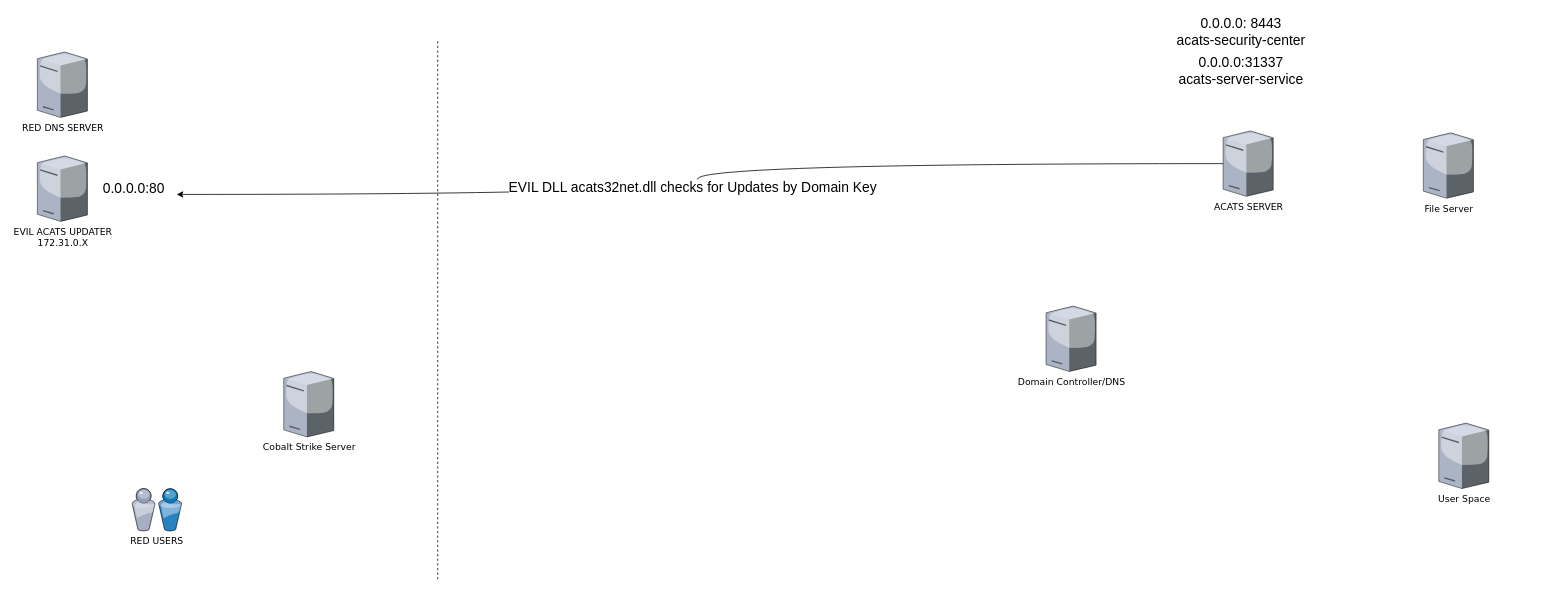
The draw.io diagram Untitled Diagram.drawio in arosenmund/attack-diagrams, before the edit. Source tidied: cells renumbered, new cells numbered last; positions are measured from the earlier drawing's top-left corner, leaving out a move shared by most shapes. Both pictures are drawn from the tidied source at 77%, with x=0, y=0 at pixel (37, 13).
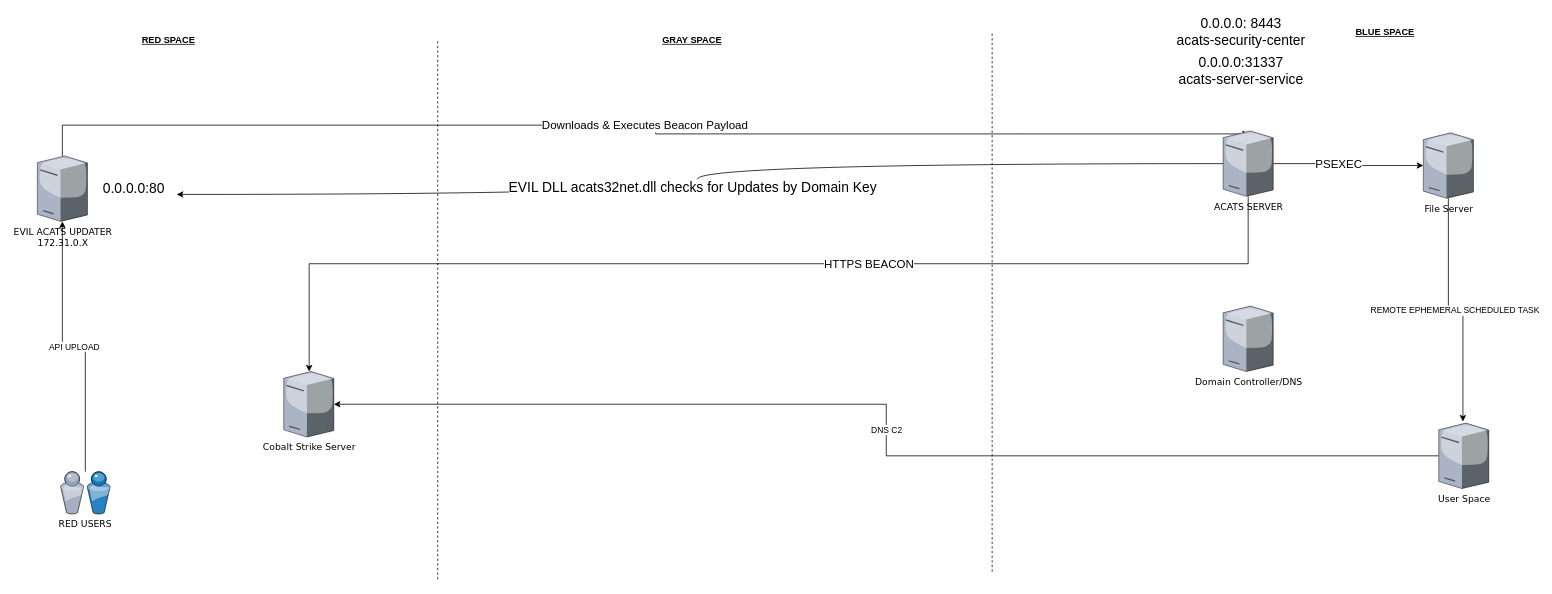
The same diagram, later.

The change refers to these unchanged cells:
```xml
<mxCell id="3" value="EVIL ACATS UPDATER&lt;br&gt;172.31.0.X" style="verticalLabelPosition=bottom;html=1;verticalAlign=top;strokeColor=none;shape=mxgraph.citrix.tower_server;rounded=0;shadow=0;comic=0;fontFamily=Verdana;" parent="1" vertex="1">
  <mxGeometry y="185" width="65" height="85" as="geometry" />
</mxCell>
<mxCell id="4" value="Cobalt Strike Server&lt;br&gt;" style="verticalLabelPosition=bottom;html=1;verticalAlign=top;strokeColor=none;shape=mxgraph.citrix.tower_server;rounded=0;shadow=0;comic=0;fontFamily=Verdana;" parent="1" vertex="1">
  <mxGeometry x="320" y="465" width="65" height="85" as="geometry" />
</mxCell>
<mxCell id="5" value="File Server&lt;br&gt;" style="verticalLabelPosition=bottom;html=1;verticalAlign=top;strokeColor=none;shape=mxgraph.citrix.tower_server;rounded=0;shadow=0;comic=0;fontFamily=Verdana;" parent="1" vertex="1">
  <mxGeometry x="1800" y="155" width="65" height="85" as="geometry" />
</mxCell>
<mxCell id="9" value="ACATS SERVER" style="verticalLabelPosition=bottom;html=1;verticalAlign=top;strokeColor=none;shape=mxgraph.citrix.tower_server;rounded=0;shadow=0;comic=0;fontFamily=Verdana;" parent="1" vertex="1">
  <mxGeometry x="1540" y="152.5" width="65" height="85" as="geometry" />
</mxCell>
<mxCell id="14" value="User Space" style="verticalLabelPosition=bottom;html=1;verticalAlign=top;strokeColor=none;shape=mxgraph.citrix.tower_server;rounded=0;shadow=0;comic=0;fontFamily=Verdana;" parent="1" vertex="1">
  <mxGeometry x="1820" y="532" width="65" height="85" as="geometry" />
</mxCell>
```

The edit, as a diff of the source:
```diff
@@
+    <mxCell id="15" value="API UPLOAD" style="edgeStyle=orthogonalEdgeStyle;rounded=0;jettySize=auto;html=1;" parent="1" edge="1" source="2" target="3">
+      <mxGeometry relative="1" as="geometry" />
+    </mxCell>
     <mxCell id="2" value="RED USERS" style="verticalLabelPosition=bottom;html=1;verticalAlign=top;strokeColor=none;shape=mxgraph.citrix.users;rounded=0;shadow=0;comic=0;fontFamily=Verdana;" parent="1" vertex="1">
-      <mxGeometry x="122.8" y="617" width="64.5" height="55" as="geometry" />
+      <mxGeometry x="30" y="595" width="64.5" height="55" as="geometry" />
     </mxCell>
+    <mxCell id="16" value="&lt;font style=&quot;font-size: 15px;&quot;&gt;Downloads &amp;amp; Executes Beacon Payload&lt;/font&gt;" style="edgeStyle=orthogonalEdgeStyle;rounded=0;jettySize=auto;html=1;entryX=0.513;entryY=0.046;entryDx=0;entryDy=0;entryPerimeter=0;" parent="1" edge="1" source="3" target="9">
+      <mxGeometry relative="1" as="geometry">
+        <Array as="points">
+          <mxPoint x="33" y="145" />
+          <mxPoint x="803" y="145" />
+          <mxPoint x="803" y="156" />
+        </Array>
+      </mxGeometry>
+    </mxCell>
@@
+    <mxCell id="17" value="REMOTE EPHEMERAL SCHEDULED TASK" style="edgeStyle=orthogonalEdgeStyle;rounded=0;jettySize=auto;html=1;entryX=0.483;entryY=-0.023;entryDx=0;entryDy=0;entryPerimeter=0;" parent="1" edge="1" source="5" target="14">
+      <mxGeometry relative="1" as="geometry" />
+    </mxCell>
@@
-    <mxCell id="6" value="RED DNS SERVER" style="verticalLabelPosition=bottom;html=1;verticalAlign=top;strokeColor=none;shape=mxgraph.citrix.tower_server;rounded=0;shadow=0;comic=0;fontFamily=Verdana;" parent="1" vertex="1">
-      <mxGeometry y="50" width="65" height="85" as="geometry" />
-    </mxCell>
     <mxCell id="7" value="Domain Controller/DNS" style="verticalLabelPosition=bottom;html=1;verticalAlign=top;strokeColor=none;shape=mxgraph.citrix.tower_server;rounded=0;shadow=0;comic=0;fontFamily=Verdana;" parent="1" vertex="1">
-      <mxGeometry x="1310" y="380" width="65" height="85" as="geometry" />
+      <mxGeometry x="1540" y="380" width="65" height="85" as="geometry" />
     </mxCell>
@@
+    <mxCell id="18" style="edgeStyle=orthogonalEdgeStyle;rounded=0;jettySize=auto;html=1;" parent="1" edge="1" source="9" target="5">
+      <mxGeometry relative="1" as="geometry" />
+    </mxCell>
+    <mxCell id="19" value="PSEXEC" style="edgeLabel;html=1;align=center;verticalAlign=middle;fontSize=15;" parent="18" vertex="1">
+      <mxGeometry x="-0.15" y="1" relative="1" as="geometry" />
+    </mxCell>
+    <mxCell id="20" style="edgeStyle=orthogonalEdgeStyle;rounded=0;jettySize=auto;html=1;" parent="1" edge="1" source="9" target="4">
+      <mxGeometry relative="1" as="geometry">
+        <Array as="points">
+          <mxPoint x="1573" y="325" />
+          <mxPoint x="353" y="325" />
+        </Array>
+      </mxGeometry>
+    </mxCell>
+    <mxCell id="21" value="HTTPS BEACON" style="edgeLabel;html=1;align=center;verticalAlign=middle;fontSize=15;" parent="20" vertex="1">
+      <mxGeometry x="-0.82" y="-1" relative="1" as="geometry">
+        <mxPoint x="-451" as="offset" />
+      </mxGeometry>
+    </mxCell>
@@
+    <mxCell id="22" value="DNS C2" style="edgeStyle=orthogonalEdgeStyle;rounded=0;jettySize=auto;html=1;" parent="1" edge="1" source="14" target="4">
+      <mxGeometry relative="1" as="geometry" />
+    </mxCell>
@@
+    <mxCell id="23" style="endArrow=none;dashed=1;html=1;rounded=0;" parent="1" edge="1">
+      <mxGeometry relative="1" as="geometry">
+        <mxPoint x="1240" y="725" as="sourcePoint" />
+        <mxPoint x="1240" y="25" as="targetPoint" />
+      </mxGeometry>
+    </mxCell>
+    <mxCell id="24" value="&lt;b&gt;&lt;u&gt;GRAY SPACE&lt;/u&gt;&lt;/b&gt;" style="text;html=1;align=center;verticalAlign=middle;strokeColor=none;fillColor=none;" parent="1" vertex="1">
+      <mxGeometry x="805" y="25" width="90" height="20" as="geometry" />
+    </mxCell>
+    <mxCell id="25" value="&lt;b&gt;&lt;u&gt;RED SPACE&lt;/u&gt;&lt;/b&gt;" style="text;html=1;align=center;verticalAlign=middle;strokeColor=none;fillColor=none;" parent="1" vertex="1">
+      <mxGeometry x="130" y="25" width="80" height="20" as="geometry" />
+    </mxCell>
+    <mxCell id="26" value="&lt;b&gt;&lt;u&gt;BLUE SPACE&lt;/u&gt;&lt;/b&gt;" style="text;html=1;align=center;verticalAlign=middle;strokeColor=none;fillColor=none;" parent="1" vertex="1">
+      <mxGeometry x="1705" y="15" width="90" height="20" as="geometry" />
+    </mxCell>
```
